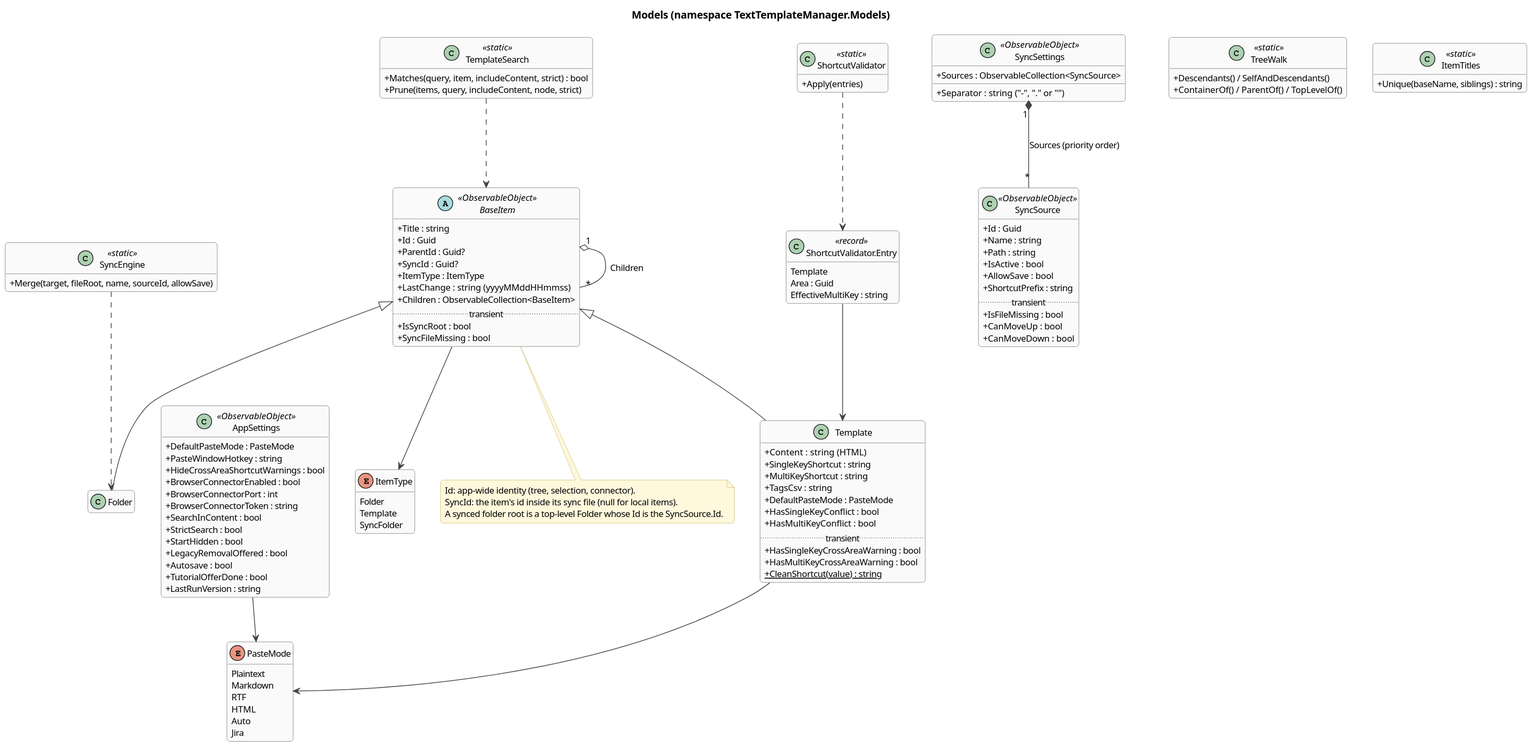
This is docs/architecture/diagrams/class-model.svg from halatsWol/TextTemplateManager-v2, a PlantUML export, as it was before one commit. Its diagram source:
```plantuml
@startuml
!include _style.iuml
title Models (namespace TextTemplateManager.Models)

abstract class BaseItem <<ObservableObject>> {
  +Title : string
  +Id : Guid
  +ParentId : Guid?
  +SyncId : Guid?
  +ItemType : ItemType
  +LastChange : string  (yyyyMMddHHmmss)
  +Children : ObservableCollection<BaseItem>
  ..transient..
  +IsSyncRoot : bool
  +SyncFileMissing : bool
}
class Folder
class Template {
  +Content : string  (HTML)
  +SingleKeyShortcut : string
  +MultiKeyShortcut : string
  +TagsCsv : string
  +DefaultPasteMode : PasteMode
  +HasSingleKeyConflict : bool
  +HasMultiKeyConflict : bool
  ..transient..
  +HasSingleKeyCrossAreaWarning : bool
  +HasMultiKeyCrossAreaWarning : bool
  +{static} CleanShortcut(value) : string
}
BaseItem <|-- Folder
BaseItem <|-- Template
BaseItem "1" o-- "*" BaseItem : Children

class AppSettings <<ObservableObject>> {
  +DefaultPasteMode : PasteMode
  +PasteWindowHotkey : string
  +HideCrossAreaShortcutWarnings : bool
  +BrowserConnectorEnabled : bool
  +BrowserConnectorPort : int
  +BrowserConnectorToken : string
  +SearchInContent : bool
  +StrictSearch : bool
  +StartHidden : bool
  +LegacyRemovalOffered : bool
  +Autosave : bool
  +TutorialOfferDone : bool
  +LastRunVersion : string
}

class SyncSettings <<ObservableObject>> {
  +Sources : ObservableCollection<SyncSource>
  +Separator : string  ("-", "." or "")
}
class SyncSource <<ObservableObject>> {
  +Id : Guid
  +Name : string
  +Path : string
  +IsActive : bool
  +AllowSave : bool
  +ShortcutPrefix : string
  ..transient..
  +IsFileMissing : bool
  +CanMoveUp : bool
  +CanMoveDown : bool
}
SyncSettings "1" *-- "*" SyncSource : Sources (priority order)

enum PasteMode {
  Plaintext
  Markdown
  RTF
  HTML
  Auto
  Jira
}
enum ItemType {
  Folder
  Template
  SyncFolder
}

class SyncEngine <<static>> {
  +Merge(target, fileRoot, name, sourceId, allowSave)
}
class ShortcutValidator <<static>> {
  +Apply(entries)
}
class "ShortcutValidator.Entry" as Entry <<record>> {
  Template
  Area : Guid
  EffectiveMultiKey : string
}
class TemplateSearch <<static>> {
  +Matches(query, item, includeContent, strict) : bool
  +Prune(items, query, includeContent, node, strict)
}
class TreeWalk <<static>> {
  +Descendants() / SelfAndDescendants()
  +ContainerOf() / ParentOf() / TopLevelOf()
}
class ItemTitles <<static>> {
  +Unique(baseName, siblings) : string
}
ShortcutValidator ..> Entry
Entry --> Template
SyncEngine ..> Folder
TemplateSearch ..> BaseItem
Template --> PasteMode
BaseItem --> ItemType
AppSettings --> PasteMode

note bottom of BaseItem
  Id: app-wide identity (tree, selection, connector).
  SyncId: the item's id inside its sync file (null for local items).
  A synced folder root is a top-level Folder whose Id is the SyncSource.Id.
end note
@enduml
```
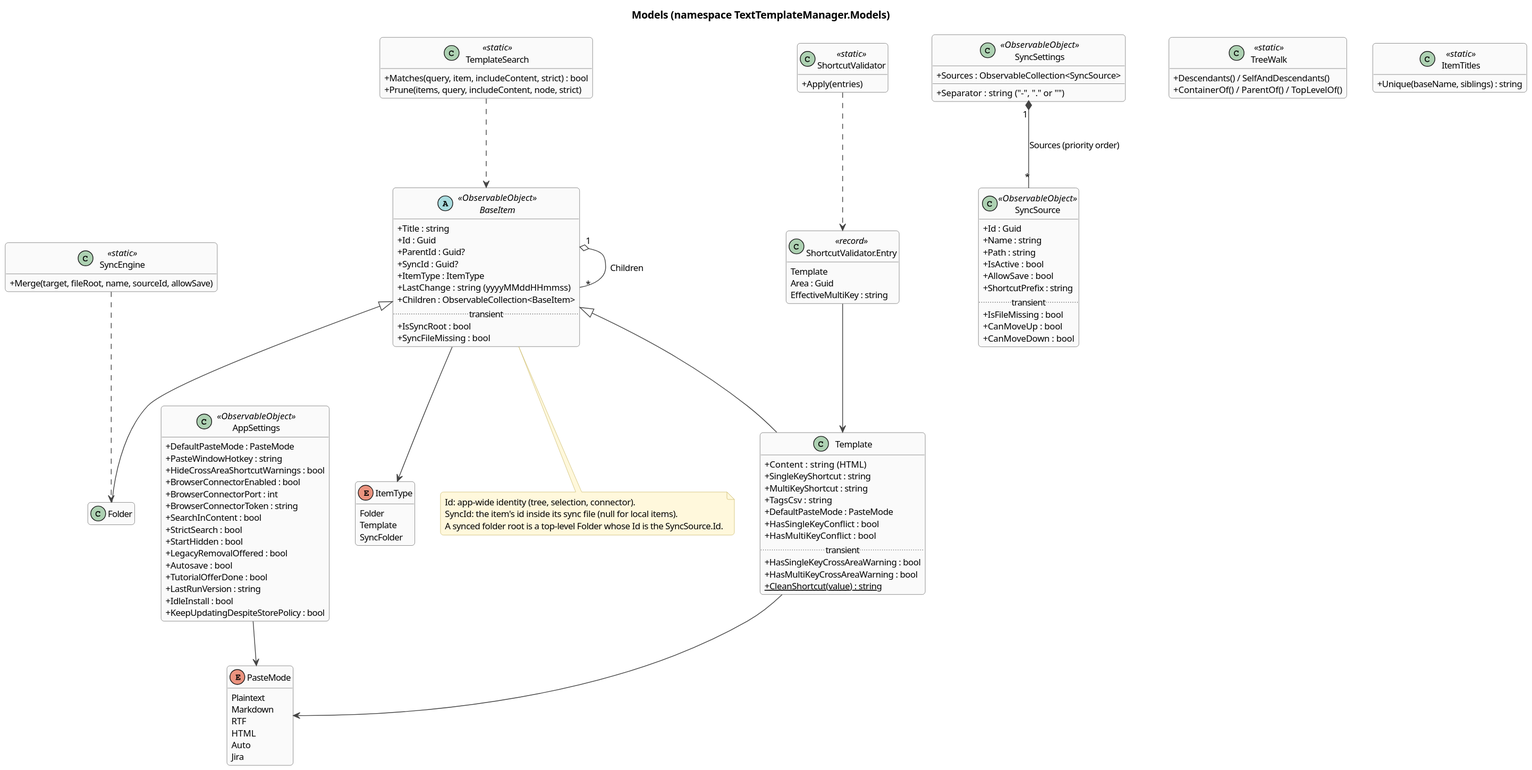
After the change.

Diff of the diagram source:
```diff
@@ -46,6 +46,8 @@
   +Autosave : bool
   +TutorialOfferDone : bool
   +LastRunVersion : string
+  +IdleInstall : bool
+  +KeepUpdatingDespiteStorePolicy : bool
 }
 
 class SyncSettings <<ObservableObject>> {
```
